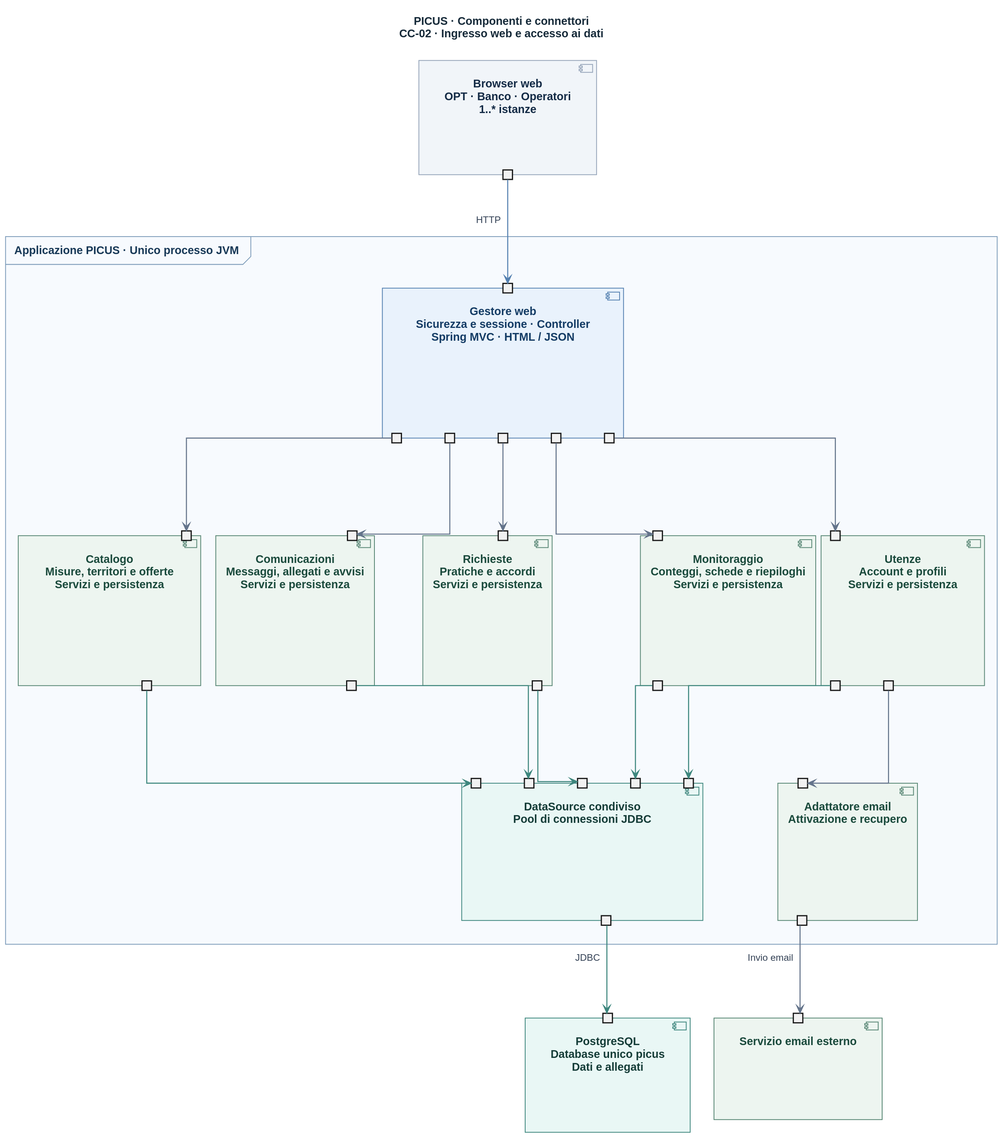
Pinguini-alla-Fragola/Progetto-SAD keeps this PlantUML diagram as docs/architecture/diagrams/C&C/Monolite-C&C.svg. Above is the earlier version.
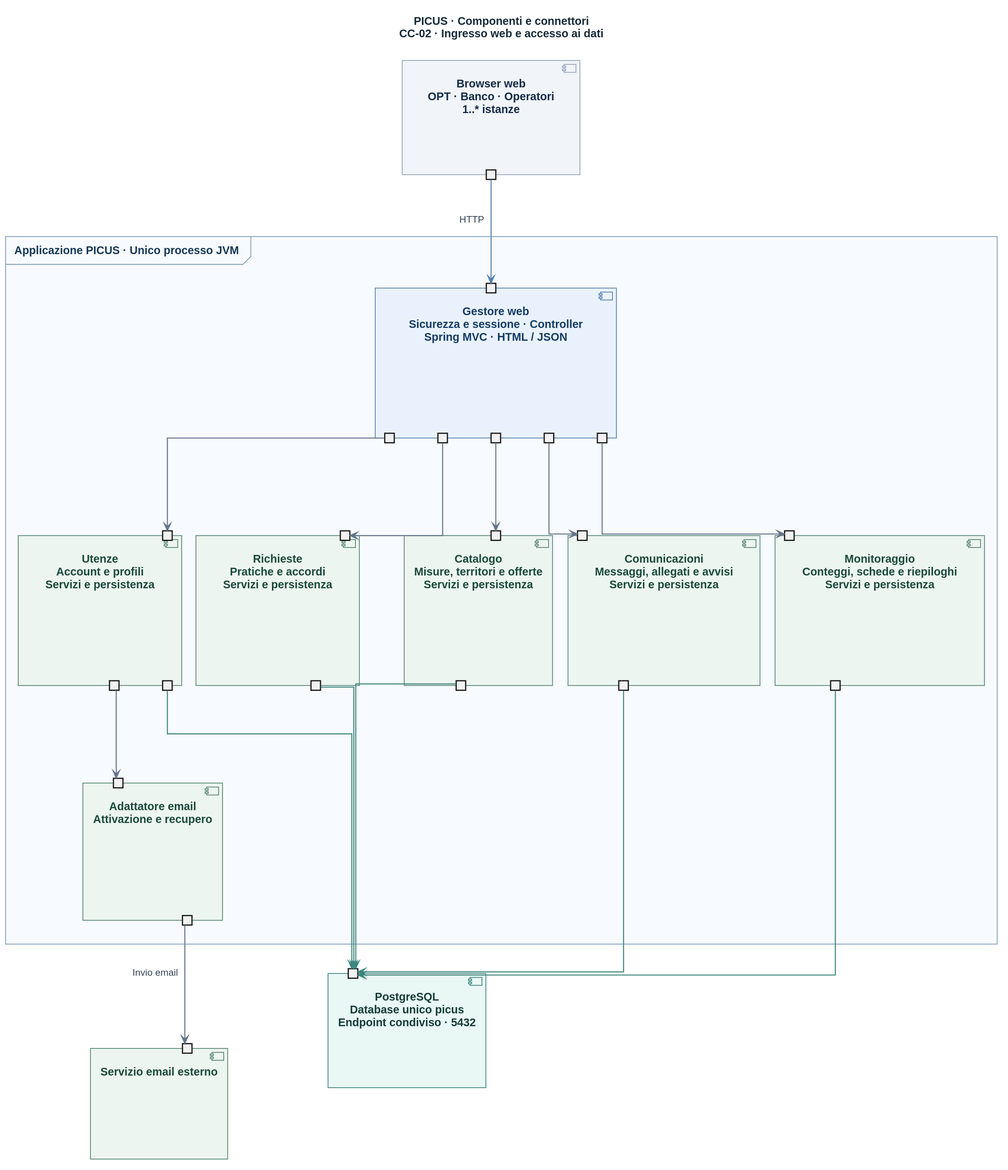
The same diagram one commit later.

Commit message:
docs(architecture): semplifica i collegamenti a PostgreSQL

What changed in the source:
```diff
@@ -38,20 +38,12 @@
     portin " " as M_WEB
     portout " " as M_SQL
   }
-  component "DataSource condiviso\nPool di connessioni JDBC" as DS <<dati>> {
-    portin " " as DS_C
-    portin " " as DS_A
-    portin " " as DS_R
-    portin " " as DS_M
-    portin " " as DS_U
-    portout " " as DS_SQL
-  }
   component "Adattatore email\nAttivazione e recupero" as MAIL {
     portin " " as MAIL_IN
     portout " " as MAIL_OUT
   }
 }
-component "PostgreSQL\nDatabase unico picus\nDati e allegati" as DB <<dati>> {
+component "PostgreSQL\nDatabase unico picus\nEndpoint condiviso · 5432" as DB <<dati>> {
   portin " " as DB_SQL
 }
 component "Servizio email esterno" as EMAIL {
@@ -62,7 +54,7 @@
 A_WEB -[hidden]right-> R_WEB
 R_WEB -[hidden]right-> M_WEB
 M_WEB -[hidden]right-> U_WEB
-DS_U -[hidden]right-> MAIL_IN
+MAIL_OUT -[hidden]down-> DB_SQL
 DB_SQL -[hidden]right-> EMAIL_IN
 
 B_WEB -[#5480B0]--> W_HTTP : HTTP
@@ -71,12 +63,11 @@
 W_R ---> R_WEB
 W_M ---> M_WEB
 W_U ---> U_WEB
-C_SQL -[#3D867D]--> DS_C
-A_SQL -[#3D867D]--> DS_A
-R_SQL -[#3D867D]--> DS_R
-M_SQL -[#3D867D]--> DS_M
-U_SQL -[#3D867D]--> DS_U
-DS_SQL -[#3D867D]--> DB_SQL : JDBC
+C_SQL -[#3D867D]--> DB_SQL
+A_SQL -[#3D867D]--> DB_SQL
+R_SQL -[#3D867D]--> DB_SQL
+M_SQL -[#3D867D]--> DB_SQL
+U_SQL -[#3D867D]--> DB_SQL
 U_MAIL ---> MAIL_IN
 MAIL_OUT ---> EMAIL_IN : Invio email
 @enduml
```
